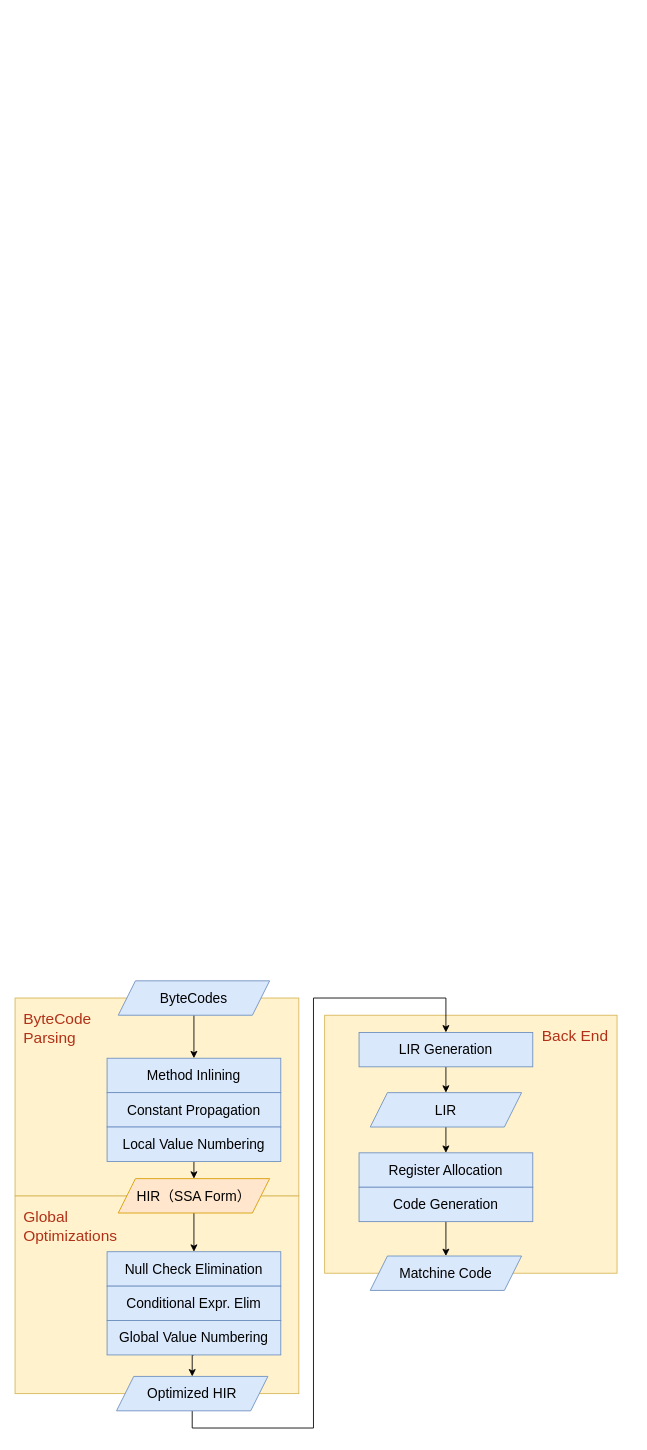
This is C1.drawio from f123888/Draw.IO, a draw.io file, before an edit. Source tidied: cells renumbered, new cells numbered last; positions are measured from the earlier drawing's top-left corner, leaving out a move shared by most shapes. Both pictures are drawn from the tidied source at 86%, with x=0, y=0 at pixel (15, 980).
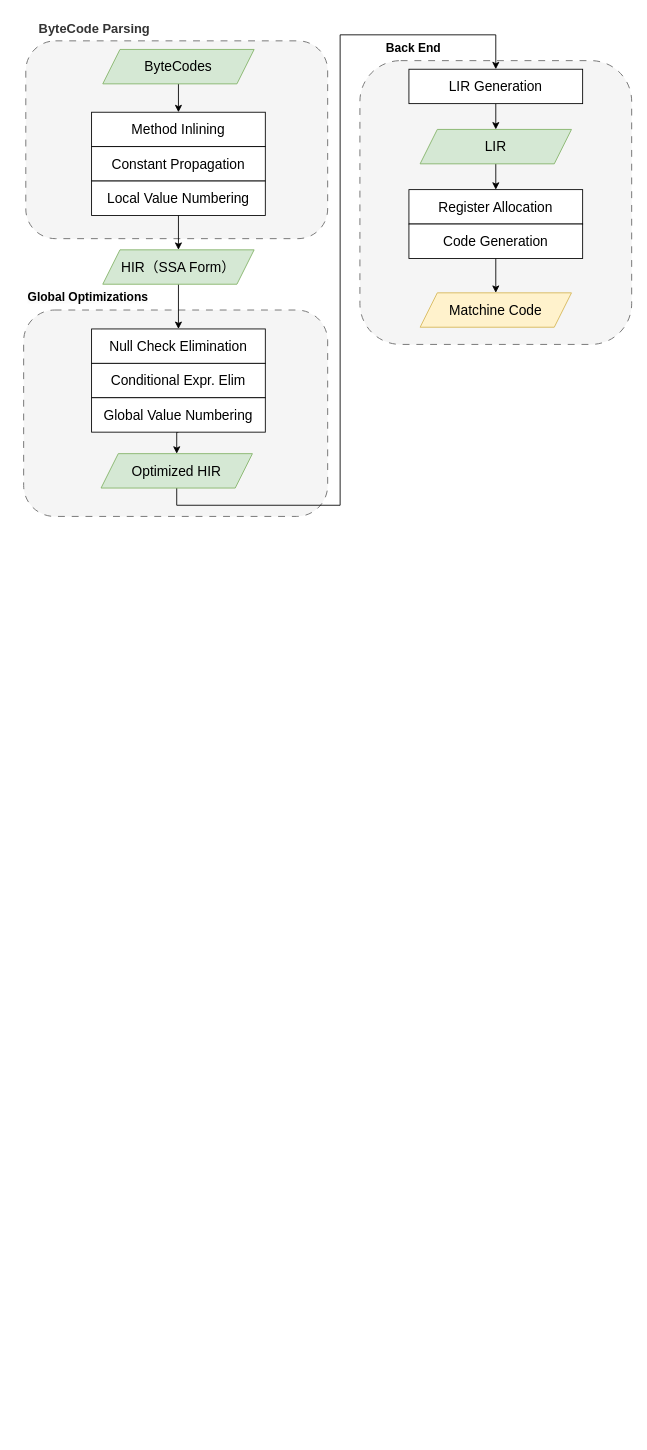
The same diagram, later.

The edit, as a diff of the source:
```diff
@@
-    <mxCell id="2" value="&lt;font style=&quot;font-size: 18px; color: light-dark(rgb(177, 49, 24), rgb(237, 237, 237));&quot;&gt;Back End&lt;/font&gt;" style="rounded=0;whiteSpace=wrap;html=1;align=right;verticalAlign=top;spacing=10;fillColor=#fff2cc;strokeColor=#d6b656;" parent="1" vertex="1">
-      <mxGeometry x="360" y="40" width="340" height="300" as="geometry" />
-    </mxCell>
-    <mxCell id="3" value="&lt;font color=&quot;#b13118&quot;&gt;&lt;span style=&quot;font-size: 18px;&quot;&gt;Global&lt;/span&gt;&lt;/font&gt;&lt;div&gt;&lt;font color=&quot;#b13118&quot;&gt;&lt;span style=&quot;font-size: 18px;&quot;&gt;Optimizations&lt;/span&gt;&lt;/font&gt;&lt;/div&gt;" style="rounded=0;whiteSpace=wrap;html=1;align=left;verticalAlign=top;spacing=10;fillColor=#fff2cc;strokeColor=#d6b656;" parent="1" vertex="1">
-      <mxGeometry y="250" width="330" height="230" as="geometry" />
-    </mxCell>
+    <mxCell id="27" style="rounded=1;whiteSpace=wrap;html=1;align=left;verticalAlign=top;spacing=10;fillColor=#f5f5f5;strokeColor=#666666;fontColor=#333333;dashed=1;dashPattern=8 8;" parent="1" vertex="1">
+      <mxGeometry x="401" y="-1070" width="316" height="330" as="geometry" />
+    </mxCell>
+    <mxCell id="28" style="rounded=1;whiteSpace=wrap;html=1;align=left;verticalAlign=top;spacing=10;fillColor=#f5f5f5;strokeColor=#666666;fontColor=#333333;dashed=1;dashPattern=8 8;" parent="1" vertex="1">
+      <mxGeometry x="10" y="-780" width="353.5" height="240" as="geometry" />
+    </mxCell>
-    <mxCell id="4" value="&lt;font style=&quot;font-size: 18px; color: light-dark(rgb(177, 49, 24), rgb(237, 237, 237));&quot;&gt;ByteCode&lt;/font&gt;&lt;div&gt;&lt;font style=&quot;font-size: 18px; color: light-dark(rgb(177, 49, 24), rgb(237, 237, 237));&quot;&gt;Parsing&lt;/font&gt;&lt;/div&gt;" style="rounded=0;whiteSpace=wrap;html=1;align=left;verticalAlign=top;spacing=10;fillColor=#fff2cc;strokeColor=#d6b656;" parent="1" vertex="1">
-      <mxGeometry y="20" width="330" height="230" as="geometry" />
+    <mxCell id="4" style="rounded=1;whiteSpace=wrap;html=1;align=left;verticalAlign=top;spacing=10;fillColor=#f5f5f5;strokeColor=#666666;fontColor=#333333;dashed=1;dashPattern=8 8;" parent="1" vertex="1">
+      <mxGeometry x="12.5" y="-1093" width="351" height="230" as="geometry" />
     </mxCell>
@@
-    <mxCell id="6" value="&lt;font style=&quot;font-size: 16px;&quot;&gt;ByteCodes&lt;/font&gt;" style="shape=parallelogram;perimeter=parallelogramPerimeter;whiteSpace=wrap;html=1;fixedSize=1;fillColor=#dae8fc;strokeColor=#6c8ebf;" parent="1" vertex="1">
-      <mxGeometry x="120" width="176" height="40" as="geometry" />
+    <mxCell id="6" value="&lt;font style=&quot;font-size: 16px;&quot;&gt;ByteCodes&lt;/font&gt;" style="shape=parallelogram;perimeter=parallelogramPerimeter;whiteSpace=wrap;html=1;fixedSize=1;fillColor=#d5e8d4;strokeColor=#82b366;" parent="1" vertex="1">
+      <mxGeometry x="102" y="-1083" width="176" height="40" as="geometry" />
     </mxCell>
-    <mxCell id="7" value="&lt;font style=&quot;font-size: 16px;&quot;&gt;Method Inlining&lt;/font&gt;" style="rounded=0;whiteSpace=wrap;html=1;fillColor=#dae8fc;strokeColor=#6c8ebf;" parent="1" vertex="1">
-      <mxGeometry x="107" y="90" width="202" height="40" as="geometry" />
+    <mxCell id="7" value="&lt;font style=&quot;font-size: 16px;&quot;&gt;Method Inlining&lt;/font&gt;" style="rounded=0;whiteSpace=wrap;html=1;" parent="1" vertex="1">
+      <mxGeometry x="89" y="-1010" width="202" height="40" as="geometry" />
     </mxCell>
-    <mxCell id="8" value="&lt;font style=&quot;font-size: 16px;&quot;&gt;Constant Propagation&lt;/font&gt;" style="rounded=0;whiteSpace=wrap;html=1;fillColor=#dae8fc;strokeColor=#6c8ebf;" parent="1" vertex="1">
-      <mxGeometry x="107" y="130" width="202" height="40" as="geometry" />
+    <mxCell id="8" value="&lt;font style=&quot;font-size: 16px;&quot;&gt;Constant Propagation&lt;/font&gt;" style="rounded=0;whiteSpace=wrap;html=1;" parent="1" vertex="1">
+      <mxGeometry x="89" y="-970" width="202" height="40" as="geometry" />
     </mxCell>
@@
-    <mxCell id="10" value="&lt;font style=&quot;font-size: 16px;&quot;&gt;Local Value Numbering&lt;/font&gt;" style="rounded=0;whiteSpace=wrap;html=1;fillColor=#dae8fc;strokeColor=#6c8ebf;" parent="1" vertex="1">
-      <mxGeometry x="107" y="170" width="202" height="40" as="geometry" />
+    <mxCell id="10" value="&lt;font style=&quot;font-size: 16px;&quot;&gt;Local Value Numbering&lt;/font&gt;" style="rounded=0;whiteSpace=wrap;html=1;" parent="1" vertex="1">
+      <mxGeometry x="89" y="-930" width="202" height="40" as="geometry" />
     </mxCell>
@@
-    <mxCell id="12" value="&lt;font style=&quot;font-size: 16px;&quot;&gt;HIR（SSA Form）&lt;/font&gt;" style="shape=parallelogram;perimeter=parallelogramPerimeter;whiteSpace=wrap;html=1;fixedSize=1;fillColor=#ffe6cc;strokeColor=#d79b00;" parent="1" vertex="1">
-      <mxGeometry x="120" y="230" width="176" height="40" as="geometry" />
+    <mxCell id="12" value="&lt;font style=&quot;font-size: 16px;&quot;&gt;HIR（SSA Form）&lt;/font&gt;" style="shape=parallelogram;perimeter=parallelogramPerimeter;whiteSpace=wrap;html=1;fixedSize=1;fillColor=#d5e8d4;strokeColor=#82b366;" parent="1" vertex="1">
+      <mxGeometry x="102" y="-850" width="176" height="40" as="geometry" />
     </mxCell>
-    <mxCell id="13" value="&lt;font style=&quot;font-size: 16px;&quot;&gt;Null Check Elimination&lt;/font&gt;" style="rounded=0;whiteSpace=wrap;html=1;fillColor=#dae8fc;strokeColor=#6c8ebf;" parent="1" vertex="1">
-      <mxGeometry x="107" y="315" width="202" height="40" as="geometry" />
+    <mxCell id="13" value="&lt;font style=&quot;font-size: 16px;&quot;&gt;Null Check Elimination&lt;/font&gt;" style="rounded=0;whiteSpace=wrap;html=1;" parent="1" vertex="1">
+      <mxGeometry x="89" y="-758" width="202" height="40" as="geometry" />
     </mxCell>
-    <mxCell id="14" value="&lt;font style=&quot;font-size: 16px;&quot;&gt;Conditional Expr. Elim&lt;/font&gt;" style="rounded=0;whiteSpace=wrap;html=1;fillColor=#dae8fc;strokeColor=#6c8ebf;" parent="1" vertex="1">
-      <mxGeometry x="107" y="355" width="202" height="40" as="geometry" />
+    <mxCell id="14" value="&lt;font style=&quot;font-size: 16px;&quot;&gt;Conditional Expr. Elim&lt;/font&gt;" style="rounded=0;whiteSpace=wrap;html=1;" parent="1" vertex="1">
+      <mxGeometry x="89" y="-718" width="202" height="40" as="geometry" />
     </mxCell>
@@
-    <mxCell id="16" value="&lt;font style=&quot;font-size: 16px;&quot;&gt;Global Value Numbering&lt;/font&gt;" style="rounded=0;whiteSpace=wrap;html=1;fillColor=#dae8fc;strokeColor=#6c8ebf;" parent="1" vertex="1">
-      <mxGeometry x="107" y="395" width="202" height="40" as="geometry" />
+    <mxCell id="16" value="&lt;font style=&quot;font-size: 16px;&quot;&gt;Global Value Numbering&lt;/font&gt;" style="rounded=0;whiteSpace=wrap;html=1;" parent="1" vertex="1">
+      <mxGeometry x="89" y="-678" width="202" height="40" as="geometry" />
     </mxCell>
     <mxCell id="17" style="edgeStyle=orthogonalEdgeStyle;rounded=0;jettySize=auto;html=1;exitX=0.5;exitY=1;exitDx=0;exitDy=0;entryX=0.5;entryY=0;entryDx=0;entryDy=0;" parent="1" edge="1" source="18" target="20">
       <mxGeometry relative="1" as="geometry">
         <Array as="points">
-          <mxPoint x="206" y="520" />
-          <mxPoint x="347" y="520" />
-          <mxPoint x="347" y="20" />
-          <mxPoint x="501" y="20" />
+          <mxPoint x="188" y="-553" />
+          <mxPoint x="378" y="-553" />
+          <mxPoint x="378" y="-1100" />
+          <mxPoint x="559" y="-1100" />
         </Array>
       </mxGeometry>
     </mxCell>
-    <mxCell id="18" value="&lt;font style=&quot;font-size: 16px;&quot;&gt;Optimized HIR&lt;/font&gt;" style="shape=parallelogram;perimeter=parallelogramPerimeter;whiteSpace=wrap;html=1;fixedSize=1;fillColor=#dae8fc;strokeColor=#6c8ebf;" parent="1" vertex="1">
-      <mxGeometry x="118" y="460" width="176" height="40" as="geometry" />
+    <mxCell id="18" value="&lt;font style=&quot;font-size: 16px;&quot;&gt;Optimized HIR&lt;/font&gt;" style="shape=parallelogram;perimeter=parallelogramPerimeter;whiteSpace=wrap;html=1;fixedSize=1;fillColor=#d5e8d4;strokeColor=#82b366;" parent="1" vertex="1">
+      <mxGeometry x="100" y="-613" width="176" height="40" as="geometry" />
     </mxCell>
@@
-    <mxCell id="20" value="&lt;font style=&quot;font-size: 16px;&quot;&gt;LIR Generation&lt;/font&gt;" style="rounded=0;whiteSpace=wrap;html=1;fillColor=#dae8fc;strokeColor=#6c8ebf;" parent="1" vertex="1">
-      <mxGeometry x="400" y="60" width="202" height="40" as="geometry" />
+    <mxCell id="20" value="&lt;font style=&quot;font-size: 16px;&quot;&gt;LIR Generation&lt;/font&gt;" style="rounded=0;whiteSpace=wrap;html=1;" parent="1" vertex="1">
+      <mxGeometry x="458" y="-1060" width="202" height="40" as="geometry" />
     </mxCell>
@@
-    <mxCell id="22" value="&lt;font style=&quot;font-size: 16px;&quot;&gt;LIR&lt;/font&gt;" style="shape=parallelogram;perimeter=parallelogramPerimeter;whiteSpace=wrap;html=1;fixedSize=1;fillColor=#dae8fc;strokeColor=#6c8ebf;" parent="1" vertex="1">
-      <mxGeometry x="413" y="130" width="176" height="40" as="geometry" />
+    <mxCell id="22" value="&lt;font style=&quot;font-size: 16px;&quot;&gt;LIR&lt;/font&gt;" style="shape=parallelogram;perimeter=parallelogramPerimeter;whiteSpace=wrap;html=1;fixedSize=1;fillColor=#d5e8d4;strokeColor=#82b366;" parent="1" vertex="1">
+      <mxGeometry x="471" y="-990" width="176" height="40" as="geometry" />
     </mxCell>
-    <mxCell id="23" value="&lt;font style=&quot;font-size: 16px;&quot;&gt;Register Allocation&lt;/font&gt;" style="rounded=0;whiteSpace=wrap;html=1;fillColor=#dae8fc;strokeColor=#6c8ebf;" parent="1" vertex="1">
-      <mxGeometry x="400" y="200" width="202" height="40" as="geometry" />
+    <mxCell id="23" value="&lt;font style=&quot;font-size: 16px;&quot;&gt;Register Allocation&lt;/font&gt;" style="rounded=0;whiteSpace=wrap;html=1;" parent="1" vertex="1">
+      <mxGeometry x="458" y="-920" width="202" height="40" as="geometry" />
     </mxCell>
@@
-    <mxCell id="25" value="&lt;font style=&quot;font-size: 16px;&quot;&gt;Code&amp;nbsp;&lt;/font&gt;&lt;span style=&quot;font-size: 16px;&quot;&gt;Generation&lt;/span&gt;" style="rounded=0;whiteSpace=wrap;html=1;fillColor=#dae8fc;strokeColor=#6c8ebf;" parent="1" vertex="1">
-      <mxGeometry x="400" y="240" width="202" height="40" as="geometry" />
+    <mxCell id="25" value="&lt;font style=&quot;font-size: 16px;&quot;&gt;Code&amp;nbsp;&lt;/font&gt;&lt;span style=&quot;font-size: 16px;&quot;&gt;Generation&lt;/span&gt;" style="rounded=0;whiteSpace=wrap;html=1;" parent="1" vertex="1">
+      <mxGeometry x="458" y="-880" width="202" height="40" as="geometry" />
     </mxCell>
-    <mxCell id="26" value="&lt;font style=&quot;font-size: 16px;&quot;&gt;Matchine Code&lt;/font&gt;" style="shape=parallelogram;perimeter=parallelogramPerimeter;whiteSpace=wrap;html=1;fixedSize=1;fillColor=#dae8fc;strokeColor=#6c8ebf;" parent="1" vertex="1">
-      <mxGeometry x="413" y="320" width="176" height="40" as="geometry" />
+    <mxCell id="26" value="&lt;font style=&quot;font-size: 16px;&quot;&gt;Matchine Code&lt;/font&gt;" style="shape=parallelogram;perimeter=parallelogramPerimeter;whiteSpace=wrap;html=1;fixedSize=1;fillColor=#fff2cc;strokeColor=#d6b656;" parent="1" vertex="1">
+      <mxGeometry x="471" y="-800" width="176" height="40" as="geometry" />
     </mxCell>
+    <mxCell id="29" value="&lt;font style=&quot;font-size: 15px;&quot;&gt;&lt;font style=&quot;color: rgb(51, 51, 51); text-align: left; text-wrap-mode: wrap;&quot;&gt;ByteCode&amp;nbsp;&lt;/font&gt;&lt;span style=&quot;color: light-dark(rgb(51, 51, 51), rgb(193, 193, 193)); text-align: left; text-wrap-mode: wrap; background-color: transparent;&quot;&gt;Parsing&lt;/span&gt;&lt;/font&gt;" style="text;html=1;align=center;verticalAlign=middle;strokeColor=none;fillColor=none;fontSize=14;fontStyle=1;" parent="1" vertex="1">
+      <mxGeometry x="22" y="-1123" width="140" height="30" as="geometry" />
+    </mxCell>
+    <mxCell id="3" value="&lt;span&gt;&lt;span&gt;&lt;font style=&quot;forced-color-adjust: none; color: rgb(0, 0, 0); font-family: Helvetica; font-style: normal; font-variant-ligatures: normal; font-variant-caps: normal; letter-spacing: normal; orphans: 2; text-align: left; text-indent: 0px; text-transform: none; widows: 2; word-spacing: 0px; -webkit-text-stroke-width: 0px; white-space: normal; background-color: rgb(251, 251, 251); text-decoration-thickness: initial; text-decoration-style: initial; text-decoration-color: initial;&quot;&gt;&lt;span style=&quot;forced-color-adjust: none;&quot;&gt;Global&amp;nbsp;&lt;/span&gt;&lt;/font&gt;&lt;span style=&quot;background-color: light-dark(rgb(251, 251, 251), rgb(21, 21, 21)); color: light-dark(rgb(0, 0, 0), rgb(237, 237, 237));&quot;&gt;Optimizations&lt;/span&gt;&lt;/span&gt;&lt;/span&gt;" style="text;whiteSpace=wrap;html=1;fontStyle=1;fontSize=14;" parent="1" vertex="1">
+      <mxGeometry x="13.2" y="-810" width="154.8" height="30" as="geometry" />
+    </mxCell>
+    <mxCell id="2" value="&lt;b&gt;&lt;font style=&quot;font-size: 14px;&quot;&gt;Back&amp;nbsp;End&lt;/font&gt;&lt;/b&gt;" style="text;html=1;align=center;verticalAlign=middle;strokeColor=none;fillColor=none;" parent="1" vertex="1">
+      <mxGeometry x="418" y="-1100" width="90" height="30" as="geometry" />
+    </mxCell>
```
